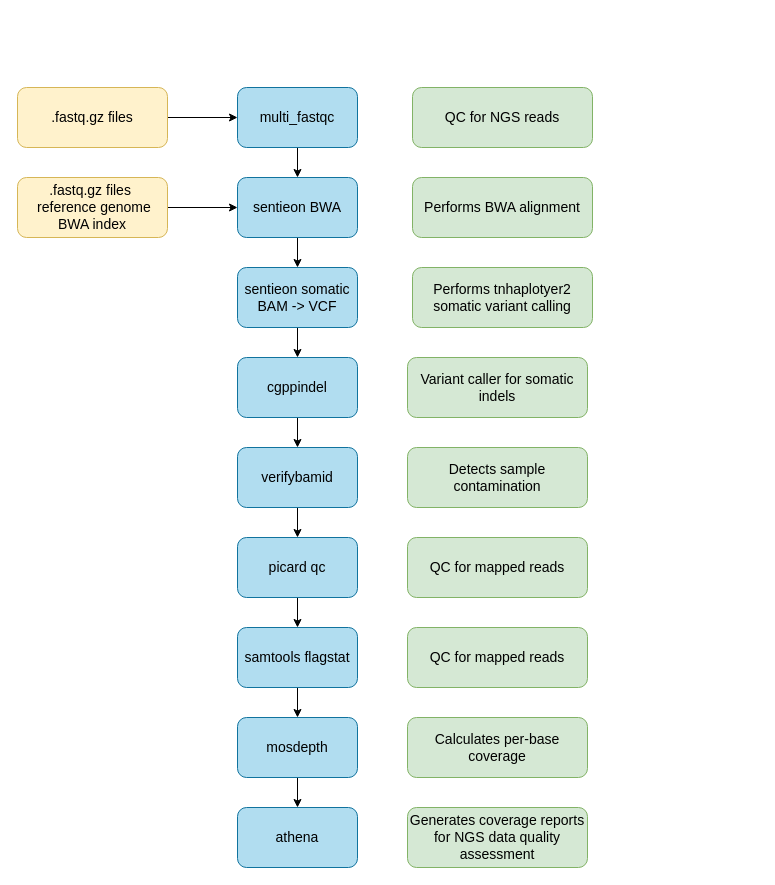
eastgenomics/eggd_uranus_main_workflow keeps this draw.io diagram as images/workflow.drawio. Above is the earlier version. Source tidied: cells renumbered, new cells numbered last; positions are measured from the earlier drawing's top-left corner, leaving out a move shared by most shapes. Both pictures are drawn from the tidied source at 100%, with x=0, y=0 at pixel (17, 87).
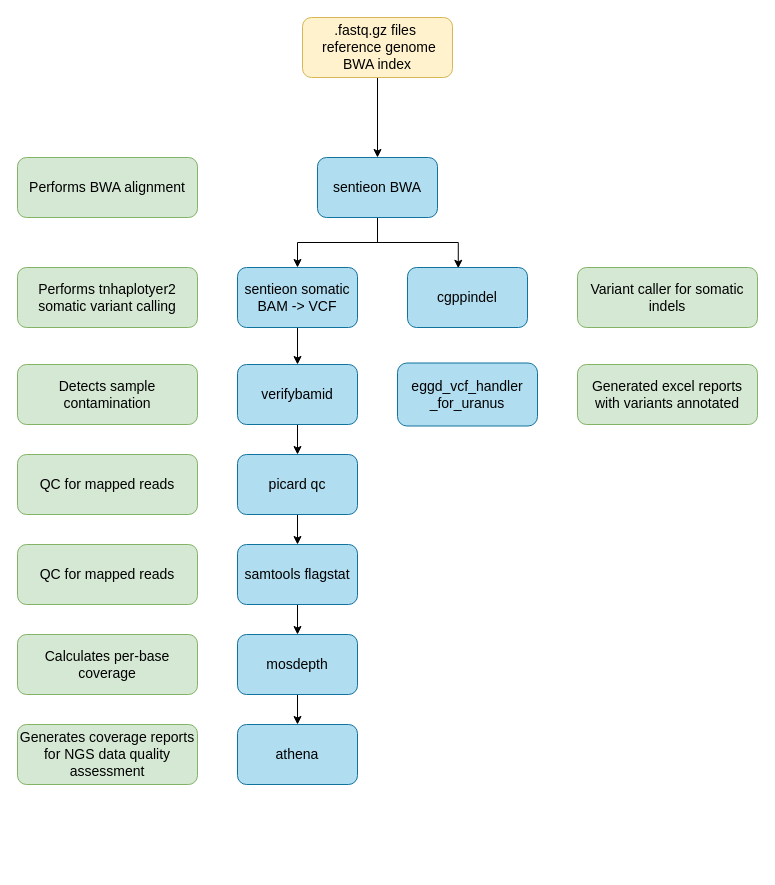
Above is the later version.

Commit message (it also covers changes not shown here):
update workfllow schematic

Unchanged cells that the change refers to:
```xml
<mxCell id="13" value="&lt;font color=&quot;#000000&quot; style=&quot;font-size: 14px;&quot;&gt;sentieon somatic BAM -&amp;gt; VCF&lt;/font&gt;" style="rounded=1;whiteSpace=wrap;html=1;fillColor=#b1ddf0;strokeColor=#10739e;fontSize=14;" parent="1" vertex="1">
  <mxGeometry x="220" y="180" width="120" height="60" as="geometry" />
</mxCell>
```

The edit, as a diff of the source:
```diff
@@
-    <mxCell id="2" style="edgeStyle=orthogonalEdgeStyle;rounded=0;jettySize=auto;html=1;fontSize=14;" parent="1" edge="1" source="3" target="5">
-      <mxGeometry relative="1" as="geometry" />
-    </mxCell>
-    <mxCell id="3" value="&lt;font color=&quot;#000000&quot; style=&quot;font-size: 14px;&quot;&gt;multi_fastqc&lt;/font&gt;" style="rounded=1;whiteSpace=wrap;html=1;fillColor=#b1ddf0;strokeColor=#10739e;fontSize=14;" parent="1" vertex="1">
-      <mxGeometry x="220" width="120" height="60" as="geometry" />
-    </mxCell>
@@
+    <mxCell id="32" style="edgeStyle=orthogonalEdgeStyle;rounded=0;jettySize=auto;html=1;entryX=0.423;entryY=0.013;entryDx=0;entryDy=0;entryPerimeter=0;" parent="1" edge="1" source="5" target="11">
+      <mxGeometry relative="1" as="geometry" />
+    </mxCell>
     <mxCell id="5" value="&lt;font color=&quot;#000000&quot; style=&quot;font-size: 14px;&quot;&gt;sentieon BWA&lt;/font&gt;" style="rounded=1;whiteSpace=wrap;html=1;fillColor=#b1ddf0;strokeColor=#10739e;fontSize=14;" parent="1" vertex="1">
-      <mxGeometry x="220" y="90" width="120" height="60" as="geometry" />
+      <mxGeometry x="300" y="70" width="120" height="60" as="geometry" />
     </mxCell>
@@
     <mxCell id="7" value="&lt;font color=&quot;#000000&quot; style=&quot;font-size: 14px;&quot;&gt;picard qc&lt;/font&gt;" style="rounded=1;whiteSpace=wrap;html=1;fillColor=#b1ddf0;strokeColor=#10739e;fontSize=14;" parent="1" vertex="1">
-      <mxGeometry x="220" y="450" width="120" height="60" as="geometry" />
+      <mxGeometry x="220" y="367" width="120" height="60" as="geometry" />
     </mxCell>
@@
     <mxCell id="9" value="&lt;font color=&quot;#000000&quot; style=&quot;font-size: 14px;&quot;&gt;verifybamid&lt;/font&gt;" style="rounded=1;whiteSpace=wrap;html=1;fillColor=#b1ddf0;strokeColor=#10739e;fontSize=14;" parent="1" vertex="1">
-      <mxGeometry x="220" y="360" width="120" height="60" as="geometry" />
+      <mxGeometry x="220" y="277" width="120" height="60" as="geometry" />
     </mxCell>
-    <mxCell id="10" style="edgeStyle=orthogonalEdgeStyle;rounded=0;jettySize=auto;html=1;fontSize=14;" parent="1" edge="1" source="11" target="9">
-      <mxGeometry relative="1" as="geometry" />
-    </mxCell>
-    <mxCell id="11" value="&lt;font color=&quot;#000000&quot; style=&quot;font-size: 14px;&quot;&gt;cgppindel&lt;/font&gt;" style="rounded=1;whiteSpace=wrap;html=1;fillColor=#b1ddf0;strokeColor=#10739e;fontSize=14;" parent="1" vertex="1">
-      <mxGeometry x="220" y="270" width="120" height="60" as="geometry" />
-    </mxCell>
-    <mxCell id="12" style="edgeStyle=orthogonalEdgeStyle;rounded=0;jettySize=auto;html=1;fontSize=14;" parent="1" edge="1" source="13" target="11">
-      <mxGeometry relative="1" as="geometry" />
-    </mxCell>
+    <mxCell id="33" style="edgeStyle=orthogonalEdgeStyle;rounded=0;jettySize=auto;html=1;" parent="1" edge="1" source="13" target="9">
+      <mxGeometry relative="1" as="geometry" />
+    </mxCell>
@@
     <mxCell id="15" value="&lt;font color=&quot;#000000&quot;&gt;mosdepth&lt;/font&gt;" style="rounded=1;whiteSpace=wrap;html=1;fillColor=#b1ddf0;strokeColor=#10739e;fontSize=14;" parent="1" vertex="1">
-      <mxGeometry x="220" y="630" width="120" height="60" as="geometry" />
+      <mxGeometry x="220" y="547" width="120" height="60" as="geometry" />
     </mxCell>
@@
     <mxCell id="17" value="&lt;font color=&quot;#000000&quot; style=&quot;font-size: 14px;&quot;&gt;samtools flagstat&lt;/font&gt;" style="rounded=1;whiteSpace=wrap;html=1;fillColor=#b1ddf0;strokeColor=#10739e;fontSize=14;" parent="1" vertex="1">
-      <mxGeometry x="220" y="540" width="120" height="60" as="geometry" />
+      <mxGeometry x="220" y="457" width="120" height="60" as="geometry" />
     </mxCell>
     <mxCell id="18" value="&lt;font color=&quot;#000000&quot; style=&quot;font-size: 14px;&quot;&gt;athena&lt;/font&gt;" style="rounded=1;whiteSpace=wrap;html=1;fillColor=#b1ddf0;strokeColor=#10739e;fontSize=14;" parent="1" vertex="1">
-      <mxGeometry x="220" y="720" width="120" height="60" as="geometry" />
+      <mxGeometry x="220" y="637" width="120" height="60" as="geometry" />
     </mxCell>
-    <mxCell id="19" value="&lt;font color=&quot;#000000&quot; style=&quot;font-size: 14px&quot;&gt;QC for NGS reads&lt;/font&gt;" style="rounded=1;whiteSpace=wrap;html=1;fillColor=#d5e8d4;strokeColor=#82b366;fontSize=14;" parent="1" vertex="1">
-      <mxGeometry x="395" width="180" height="60" as="geometry" />
-    </mxCell>
     <mxCell id="20" value="&lt;font color=&quot;#000000&quot; style=&quot;font-size: 14px&quot;&gt;Performs BWA alignment&lt;/font&gt;" style="rounded=1;whiteSpace=wrap;html=1;fillColor=#d5e8d4;strokeColor=#82b366;fontSize=14;" parent="1" vertex="1">
-      <mxGeometry x="395" y="90" width="180" height="60" as="geometry" />
+      <mxGeometry y="70" width="180" height="60" as="geometry" />
     </mxCell>
     <mxCell id="21" value="&lt;font color=&quot;#000000&quot; style=&quot;font-size: 14px&quot;&gt;Performs tnhaplotyer2 somatic variant calling&lt;/font&gt;" style="rounded=1;whiteSpace=wrap;html=1;fillColor=#d5e8d4;strokeColor=#82b366;fontSize=14;" parent="1" vertex="1">
-      <mxGeometry x="395" y="180" width="180" height="60" as="geometry" />
+      <mxGeometry y="180" width="180" height="60" as="geometry" />
     </mxCell>
     <mxCell id="22" value="&lt;font color=&quot;#000000&quot; style=&quot;font-size: 14px&quot;&gt;Variant caller for somatic indels&lt;/font&gt;" style="rounded=1;whiteSpace=wrap;html=1;fillColor=#d5e8d4;strokeColor=#82b366;fontSize=14;" parent="1" vertex="1">
-      <mxGeometry x="390" y="270" width="180" height="60" as="geometry" />
+      <mxGeometry x="560" y="180" width="180" height="60" as="geometry" />
     </mxCell>
     <mxCell id="23" value="&lt;font color=&quot;#000000&quot; style=&quot;font-size: 14px&quot;&gt;Detects sample contamination&lt;/font&gt;" style="rounded=1;whiteSpace=wrap;html=1;fillColor=#d5e8d4;strokeColor=#82b366;fontSize=14;" parent="1" vertex="1">
-      <mxGeometry x="390" y="360" width="180" height="60" as="geometry" />
+      <mxGeometry y="277" width="180" height="60" as="geometry" />
     </mxCell>
     <mxCell id="24" value="&lt;font color=&quot;#000000&quot; style=&quot;font-size: 14px&quot;&gt;QC for mapped reads&lt;/font&gt;" style="rounded=1;whiteSpace=wrap;html=1;fillColor=#d5e8d4;strokeColor=#82b366;fontSize=14;" parent="1" vertex="1">
-      <mxGeometry x="390" y="450" width="180" height="60" as="geometry" />
+      <mxGeometry y="367" width="180" height="60" as="geometry" />
     </mxCell>
     <mxCell id="25" value="&lt;font color=&quot;#000000&quot; style=&quot;font-size: 14px&quot;&gt;QC for mapped reads&lt;/font&gt;" style="rounded=1;whiteSpace=wrap;html=1;fillColor=#d5e8d4;strokeColor=#82b366;fontSize=14;" parent="1" vertex="1">
-      <mxGeometry x="390" y="540" width="180" height="60" as="geometry" />
+      <mxGeometry y="457" width="180" height="60" as="geometry" />
     </mxCell>
     <mxCell id="26" value="&lt;font color=&quot;#000000&quot; style=&quot;font-size: 14px&quot;&gt;Calculates per-base coverage&lt;/font&gt;" style="rounded=1;whiteSpace=wrap;html=1;fillColor=#d5e8d4;strokeColor=#82b366;fontSize=14;" parent="1" vertex="1">
-      <mxGeometry x="390" y="630" width="180" height="60" as="geometry" />
+      <mxGeometry y="547" width="180" height="60" as="geometry" />
     </mxCell>
     <mxCell id="27" value="&lt;font color=&quot;#000000&quot; style=&quot;font-size: 14px&quot;&gt;Generates coverage reports for NGS data quality assessment&lt;/font&gt;" style="rounded=1;whiteSpace=wrap;html=1;fillColor=#d5e8d4;strokeColor=#82b366;fontSize=14;" parent="1" vertex="1">
-      <mxGeometry x="390" y="720" width="180" height="60" as="geometry" />
+      <mxGeometry y="637" width="180" height="60" as="geometry" />
     </mxCell>
-    <mxCell id="28" style="edgeStyle=orthogonalEdgeStyle;rounded=0;jettySize=auto;html=1;fontSize=14;" parent="1" edge="1" source="29" target="3">
-      <mxGeometry relative="1" as="geometry" />
-    </mxCell>
-    <mxCell id="29" value="&lt;font color=&quot;#000000&quot; style=&quot;font-size: 14px&quot;&gt;.fastq.gz files&lt;/font&gt;" style="rounded=1;whiteSpace=wrap;html=1;fillColor=#fff2cc;strokeColor=#d6b656;fontSize=14;" parent="1" vertex="1">
-      <mxGeometry width="150" height="60" as="geometry" />
-    </mxCell>
@@
     <mxCell id="31" value="&lt;font color=&quot;#000000&quot; style=&quot;font-size: 14px&quot;&gt;.fastq.gz files&amp;nbsp; &amp;nbsp;reference genome &lt;br&gt;BWA index&lt;/font&gt;&lt;span style=&quot;color: rgba(0 , 0 , 0 , 0) ; font-family: monospace ; font-size: 0px&quot;&gt;d%3CmxGraphModel%3E%3Croot%3E%3CmxCell%20id%3D%220%22%2F%3E%3CmxCell%20id%3D%221%22%20parent%3D%220%22%2F%3E%3CmxCell%20id%3D%222%22%20value%3D%22%26lt%3Bfont%20color%3D%26quot%3B%23000000%26quot%3B%20style%3D%26quot%3Bfont-size%3A%2014px%3B%26quot%3B%26gt%3Bmulti_fastqc%26lt%3B%2Ffont%26gt%3B%22%20style%3D%22rounded%3D1%3BwhiteSpace%3Dwrap%3Bhtml%3D1%3BfillColor%3D%23b1ddf0%3BstrokeColor%3D%2310739e%3BfontSize%3D14%3B%22%20vertex%3D%221%22%20parent%3D%221%22%3E%3CmxGeometry%20x%3D%22320%22%20y%3D%2240%22%20width%3D%22120%22%20height%3D%2260%22%20as%3D%22geometry%22%2F%3E%3C%2FmxCell%3E%3C%2Froot%3E%3C%2FmxGraphModel%3E&lt;/span&gt;" style="rounded=1;whiteSpace=wrap;html=1;fillColor=#fff2cc;strokeColor=#d6b656;fontSize=14;" parent="1" vertex="1">
-      <mxGeometry y="90" width="150" height="60" as="geometry" />
+      <mxGeometry x="285" y="-70" width="150" height="60" as="geometry" />
     </mxCell>
+    <mxCell id="11" value="&lt;font color=&quot;#000000&quot; style=&quot;font-size: 14px&quot;&gt;cgppindel&lt;/font&gt;" style="rounded=1;whiteSpace=wrap;html=1;fillColor=#b1ddf0;strokeColor=#10739e;fontSize=14;" parent="1" vertex="1">
+      <mxGeometry x="390" y="180" width="120" height="60" as="geometry" />
+    </mxCell>
+    <mxCell id="34" value="eggd_vcf_handler&lt;br&gt;_for_uranus" style="rounded=1;whiteSpace=wrap;html=1;fillColor=#b1ddf0;strokeColor=#10739e;fontSize=14;" parent="1" vertex="1">
+      <mxGeometry x="380" y="275.5" width="140" height="63" as="geometry" />
+    </mxCell>
+    <mxCell id="35" value="Generated excel reports with variants annotated" style="rounded=1;whiteSpace=wrap;html=1;fillColor=#d5e8d4;strokeColor=#82b366;fontSize=14;" parent="1" vertex="1">
+      <mxGeometry x="560" y="277" width="180" height="60" as="geometry" />
+    </mxCell>
```
